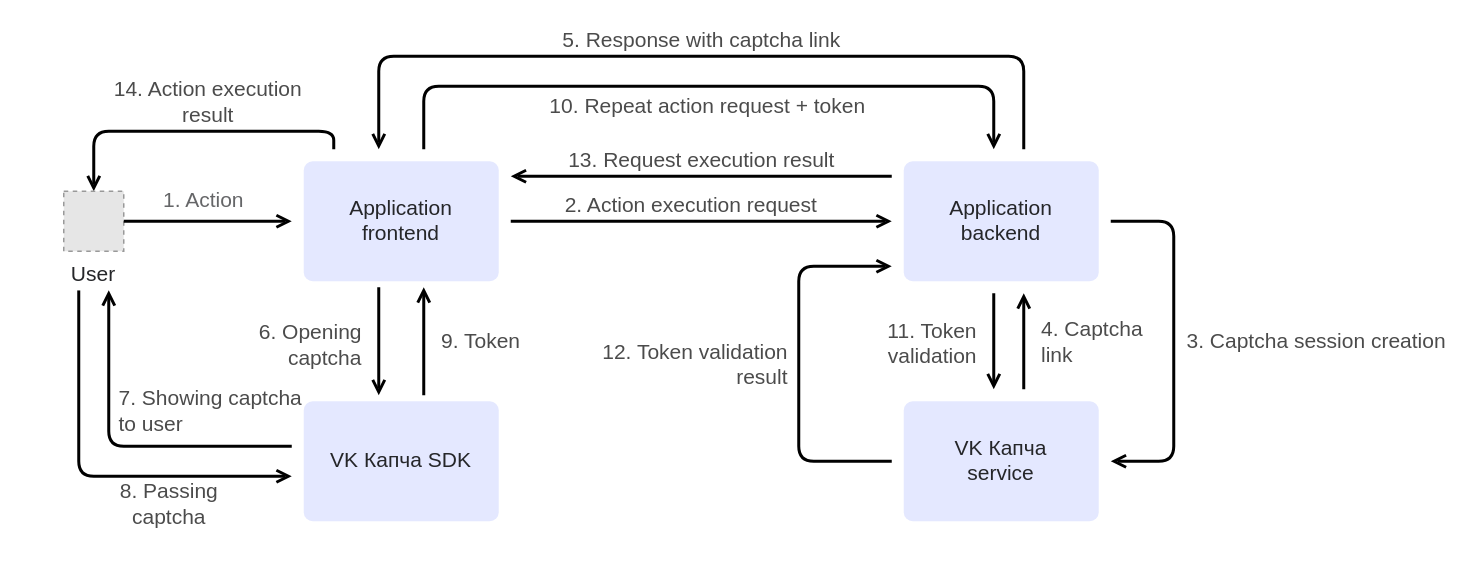
Earlier version of the draw.io diagram docs/en/security/captcha/concepts/about/assets/captcha-about-backend-first.drawio (vk-cs/docs-public). Source tidied: cells renumbered, new cells numbered last; positions are measured from the earlier drawing's top-left corner, leaving out a move shared by most shapes. Both pictures are drawn from the tidied source at 150%, with x=0, y=0 at pixel (63, 56). Pictures stored in the file or linked from it are replaced by grey dashed boxes.
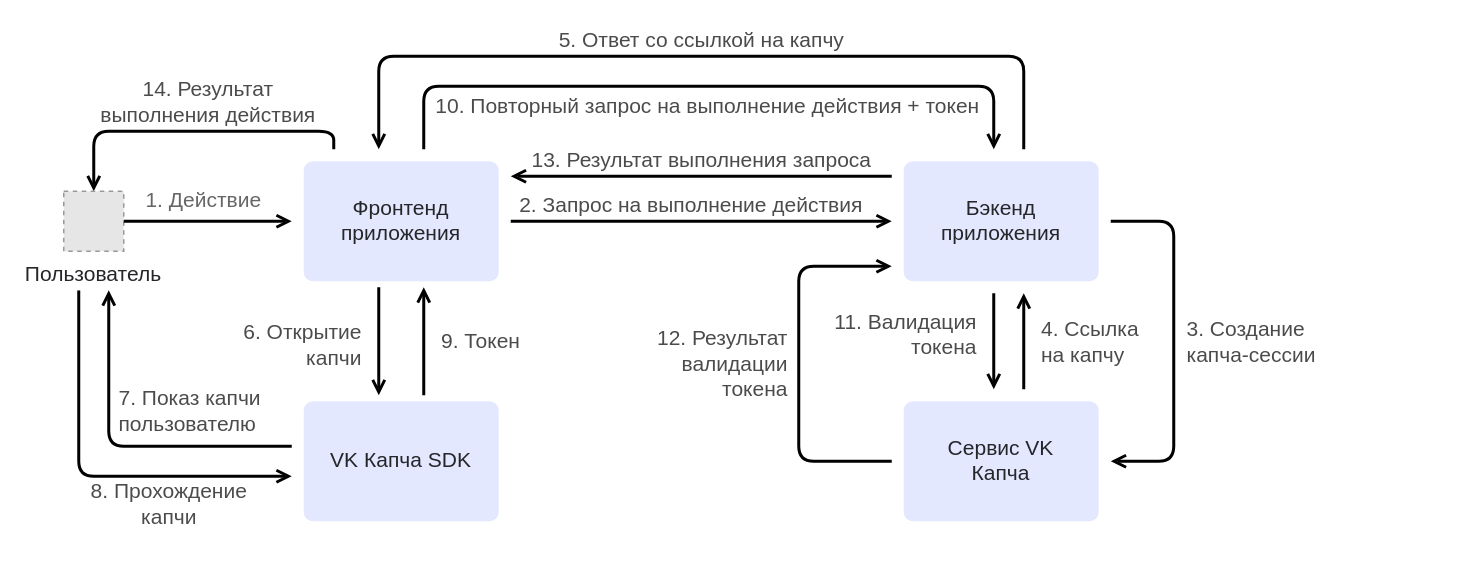
The same diagram, later.

Unchanged cells that the change refers to:
```xml
<mxCell id="9" value="VK Капча SDK" style="rounded=1;whiteSpace=wrap;html=1;fontFamily=VK Sans Display;strokeColor=none;arcsize=12;fillColor=#E4E8FF;spacing=0;spacingTop=10;spacingBottom=12;arcSize=12;absoluteArcSize=1;strokeWidth=2;labelPosition=center;verticalLabelPosition=middle;align=center;verticalAlign=middle;fontSize=14;fontColor=#252629;spacingLeft=12;spacingRight=12;perimeterSpacing=4;" parent="1" vertex="1">
  <mxGeometry x="160" y="230" width="130" height="80" as="geometry" />
</mxCell>
```

Change to the diagram source:
```diff
@@
-    <mxCell id="3" value="&lt;font style=&quot;font-size: 14px;&quot;&gt;2. Action execution request&lt;/font&gt;" style="rounded=1;jettySize=auto;html=1;strokeWidth=2;endArrow=open;endFill=0;labelPosition=center;verticalLabelPosition=top;align=center;verticalAlign=bottom;spacingRight=60;edgeStyle=orthogonalEdgeStyle;fontFamily=VK Sans Display;textOpacity=70;sourcePerimeterSpacing=4;targetPerimeterSpacing=4;spacingLeft=16;" parent="1" edge="1" source="6" target="13">
+    <mxCell id="3" value="&lt;font style=&quot;font-size: 14px;&quot;&gt;2. Запрос на выполнение действия&lt;/font&gt;" style="rounded=1;jettySize=auto;html=1;strokeWidth=2;endArrow=open;endFill=0;labelPosition=center;verticalLabelPosition=top;align=center;verticalAlign=bottom;spacingRight=60;edgeStyle=orthogonalEdgeStyle;fontFamily=VK Sans Display;textOpacity=70;sourcePerimeterSpacing=4;targetPerimeterSpacing=4;spacingLeft=16;" parent="1" edge="1" source="6" target="13">
       <mxGeometry x="0.12" relative="1" as="geometry">
         <Array as="points">
           <mxPoint x="410" y="110" />
           <mxPoint x="410" y="110" />
         </Array>
       </mxGeometry>
     </mxCell>
-    <mxCell id="4" value="6. Opening &lt;br&gt;captcha" style="rounded=0;jettySize=auto;html=1;labelPosition=left;verticalLabelPosition=middle;align=right;verticalAlign=middle;fontFamily=VK Sans Display;fontSize=14;labelBackgroundColor=none;strokeWidth=2;endArrow=open;endFill=0;edgeStyle=orthogonalEdgeStyle;textOpacity=70;spacingTop=0;spacingBottom=16;" parent="1" edge="1" source="6" target="9">
+    <mxCell id="4" value="6. Открытие &lt;br&gt;капчи" style="rounded=0;jettySize=auto;html=1;labelPosition=left;verticalLabelPosition=middle;align=right;verticalAlign=middle;fontFamily=VK Sans Display;fontSize=14;labelBackgroundColor=none;strokeWidth=2;endArrow=open;endFill=0;edgeStyle=orthogonalEdgeStyle;textOpacity=70;spacingTop=0;spacingBottom=16;" parent="1" edge="1" source="6" target="9">
       <mxGeometry x="0.28" y="-10" relative="1" as="geometry">
         <Array as="points">
           <mxPoint x="210" y="220" />
           <mxPoint x="210" y="220" />
         </Array>
       </mxGeometry>
     </mxCell>
-    <mxCell id="5" value="10. Repeat action request + token" style="rounded=1;jettySize=auto;html=1;labelPosition=center;verticalLabelPosition=top;align=center;verticalAlign=top;fontSize=14;fontFamily=VK Sans Display;strokeWidth=2;endArrow=open;endFill=0;spacingLeft=-100;labelBackgroundColor=none;edgeStyle=orthogonalEdgeStyle;textOpacity=70;sourcePerimeterSpacing=4;targetPerimeterSpacing=4;spacingTop=-2;" parent="1" edge="1" source="6" target="13">
+    <mxCell id="5" value="10. Повторный запрос на выполнение действия + токен" style="rounded=1;jettySize=auto;html=1;labelPosition=center;verticalLabelPosition=top;align=center;verticalAlign=top;fontSize=14;fontFamily=VK Sans Display;strokeWidth=2;endArrow=open;endFill=0;spacingLeft=-100;labelBackgroundColor=none;edgeStyle=orthogonalEdgeStyle;textOpacity=70;sourcePerimeterSpacing=4;targetPerimeterSpacing=4;spacingTop=-2;" parent="1" edge="1" source="6" target="13">
       <mxGeometry x="0.21" relative="1" as="geometry">
         <Array as="points">
           <mxPoint x="240" y="20" />
           <mxPoint x="620" y="20" />
         </Array>
       </mxGeometry>
     </mxCell>
-    <mxCell id="6" value="Application frontend" style="rounded=1;whiteSpace=wrap;html=1;fontFamily=VK Sans Display;strokeColor=none;arcsize=12;fillColor=#E4E8FF;spacing=0;spacingTop=10;spacingBottom=12;arcSize=12;absoluteArcSize=1;strokeWidth=2;labelPosition=center;verticalLabelPosition=middle;align=center;verticalAlign=middle;fontSize=14;fontColor=#252629;spacingLeft=12;spacingRight=12;perimeterSpacing=4;" parent="1" vertex="1">
+    <mxCell id="6" value="Фронтенд приложения" style="rounded=1;whiteSpace=wrap;html=1;fontFamily=VK Sans Display;strokeColor=none;arcsize=12;fillColor=#E4E8FF;spacing=0;spacingTop=10;spacingBottom=12;arcSize=12;absoluteArcSize=1;strokeWidth=2;labelPosition=center;verticalLabelPosition=middle;align=center;verticalAlign=middle;fontSize=14;fontColor=#252629;spacingLeft=12;spacingRight=12;perimeterSpacing=4;" parent="1" vertex="1">
       <mxGeometry x="160" y="70" width="130" height="80" as="geometry" />
     </mxCell>
-    <mxCell id="7" value="9. Token&amp;nbsp;" style="rounded=0;jettySize=auto;html=1;endArrow=open;endFill=0;strokeWidth=2;labelPosition=center;verticalLabelPosition=bottom;align=left;verticalAlign=middle;fontSize=14;fontFamily=VK Sans Display;edgeStyle=orthogonalEdgeStyle;textOpacity=70;" parent="1" edge="1" source="9" target="6">
+    <mxCell id="7" value="9. Токен&amp;nbsp;" style="rounded=0;jettySize=auto;html=1;endArrow=open;endFill=0;strokeWidth=2;labelPosition=center;verticalLabelPosition=bottom;align=left;verticalAlign=middle;fontSize=14;fontFamily=VK Sans Display;edgeStyle=orthogonalEdgeStyle;textOpacity=70;" parent="1" edge="1" source="9" target="6">
       <mxGeometry y="-10" relative="1" as="geometry">
         <Array as="points">
           <mxPoint x="240" y="220" />
           <mxPoint x="240" y="220" />
         </Array>
       </mxGeometry>
     </mxCell>
-    <mxCell id="8" value="8. Passing &lt;br&gt;captcha" style="rounded=1;jettySize=auto;html=1;fontFamily=VK Sans Display;labelPosition=right;verticalLabelPosition=bottom;align=center;verticalAlign=middle;fontSize=14;strokeWidth=2;endArrow=none;endFill=0;spacingRight=0;spacingLeft=120;startArrow=open;startFill=0;spacingBottom=3;spacingTop=43;labelBackgroundColor=none;edgeStyle=orthogonalEdgeStyle;textOpacity=70;sourcePerimeterSpacing=4;targetPerimeterSpacing=26;" parent="1" edge="1" source="9" target="18">
+    <mxCell id="8" value="8. Прохождение &lt;br&gt;капчи" style="rounded=1;jettySize=auto;html=1;fontFamily=VK Sans Display;labelPosition=right;verticalLabelPosition=bottom;align=center;verticalAlign=middle;fontSize=14;strokeWidth=2;endArrow=none;endFill=0;spacingRight=0;spacingLeft=120;startArrow=open;startFill=0;spacingBottom=3;spacingTop=43;labelBackgroundColor=none;edgeStyle=orthogonalEdgeStyle;textOpacity=70;sourcePerimeterSpacing=4;targetPerimeterSpacing=26;" parent="1" edge="1" source="9" target="18">
       <mxGeometry x="0.08" relative="1" as="geometry">
         <Array as="points">
           <mxPoint x="10" y="280" />
         </Array>
       </mxGeometry>
     </mxCell>
@@
-    <mxCell id="10" value="&lt;font style=&quot;font-size: 14px;&quot;&gt;3. Captcha session creation&lt;/font&gt;" style="rounded=1;jettySize=auto;html=1;strokeWidth=2;endArrow=open;endFill=0;fontFamily=VK Sans Display;verticalAlign=middle;labelPosition=right;verticalLabelPosition=middle;align=left;spacingLeft=7;labelBackgroundColor=none;edgeStyle=orthogonalEdgeStyle;curved=0;textOpacity=70;targetPerimeterSpacing=4;sourcePerimeterSpacing=4;" parent="1" edge="1" source="13" target="16">
+    <mxCell id="10" value="&lt;font style=&quot;font-size: 14px;&quot;&gt;3. Создание &lt;br&gt;капча-сессии&lt;/font&gt;" style="rounded=1;jettySize=auto;html=1;strokeWidth=2;endArrow=open;endFill=0;fontFamily=VK Sans Display;verticalAlign=middle;labelPosition=right;verticalLabelPosition=middle;align=left;spacingLeft=7;labelBackgroundColor=none;edgeStyle=orthogonalEdgeStyle;curved=0;textOpacity=70;targetPerimeterSpacing=4;sourcePerimeterSpacing=4;" parent="1" edge="1" source="13" target="16">
       <mxGeometry relative="1" as="geometry">
         <Array as="points">
           <mxPoint x="740" y="110" />
           <mxPoint x="740" y="270" />
         </Array>
       </mxGeometry>
     </mxCell>
-    <mxCell id="11" value="&lt;font style=&quot;font-size: 14px;&quot;&gt;5. Response with captcha link&lt;/font&gt;" style="rounded=1;jettySize=auto;html=1;strokeWidth=2;endArrow=open;endFill=0;labelPosition=center;verticalLabelPosition=bottom;align=center;verticalAlign=bottom;edgeStyle=orthogonalEdgeStyle;fontFamily=VK Sans Display;textOpacity=70;sourcePerimeterSpacing=4;targetPerimeterSpacing=4;" parent="1" edge="1" source="13" target="6">
+    <mxCell id="11" value="&lt;font style=&quot;font-size: 14px;&quot;&gt;5. Ответ со ссылкой на капчу&lt;/font&gt;" style="rounded=1;jettySize=auto;html=1;strokeWidth=2;endArrow=open;endFill=0;labelPosition=center;verticalLabelPosition=bottom;align=center;verticalAlign=bottom;edgeStyle=orthogonalEdgeStyle;fontFamily=VK Sans Display;textOpacity=70;sourcePerimeterSpacing=4;targetPerimeterSpacing=4;" parent="1" edge="1" source="13" target="6">
       <mxGeometry relative="1" as="geometry">
         <Array as="points">
           <mxPoint x="640" />
           <mxPoint x="210" />
         </Array>
       </mxGeometry>
     </mxCell>
-    <mxCell id="12" value="11. Token &lt;br&gt;validation" style="rounded=1;jettySize=auto;html=1;strokeWidth=2;endArrow=open;endFill=0;fontFamily=VK Sans Display;fontSize=14;labelPosition=right;verticalLabelPosition=middle;align=right;verticalAlign=middle;spacingLeft=3;labelBackgroundColor=none;edgeStyle=orthogonalEdgeStyle;textOpacity=70;targetPerimeterSpacing=4;sourcePerimeterSpacing=4;spacingTop=11;" parent="1" edge="1" source="13" target="16">
+    <mxCell id="12" value="11. Валидация &lt;br&gt;токена" style="rounded=1;jettySize=auto;html=1;strokeWidth=2;endArrow=open;endFill=0;fontFamily=VK Sans Display;fontSize=14;labelPosition=right;verticalLabelPosition=middle;align=right;verticalAlign=middle;spacingLeft=3;labelBackgroundColor=none;edgeStyle=orthogonalEdgeStyle;textOpacity=70;targetPerimeterSpacing=4;sourcePerimeterSpacing=4;" parent="1" edge="1" source="13" target="16">
       <mxGeometry x="-0.15" y="-10" relative="1" as="geometry">
         <Array as="points">
           <mxPoint x="620" y="220" />
           <mxPoint x="620" y="220" />
         </Array>
       </mxGeometry>
     </mxCell>
-    <mxCell id="13" value="Application backend" style="rounded=1;whiteSpace=wrap;html=1;fontFamily=VK Sans Display;strokeColor=none;arcsize=12;fillColor=#E4E8FF;spacing=0;spacingTop=10;spacingBottom=12;arcSize=12;absoluteArcSize=1;strokeWidth=2;labelPosition=center;verticalLabelPosition=middle;align=center;verticalAlign=middle;fontSize=14;fontColor=#252629;spacingLeft=12;spacingRight=12;perimeterSpacing=4;" parent="1" vertex="1">
+    <mxCell id="13" value="Бэкенд приложения" style="rounded=1;whiteSpace=wrap;html=1;fontFamily=VK Sans Display;strokeColor=none;arcsize=12;fillColor=#E4E8FF;spacing=0;spacingTop=10;spacingBottom=12;arcSize=12;absoluteArcSize=1;strokeWidth=2;labelPosition=center;verticalLabelPosition=middle;align=center;verticalAlign=middle;fontSize=14;fontColor=#252629;spacingLeft=12;spacingRight=12;perimeterSpacing=4;" parent="1" vertex="1">
       <mxGeometry x="560" y="70" width="130" height="80" as="geometry" />
     </mxCell>
-    <mxCell id="14" value="4. Captcha &lt;br&gt;link" style="rounded=1;jettySize=auto;html=1;fontFamily=VK Sans Display;fontSize=14;labelPosition=left;verticalLabelPosition=middle;align=left;verticalAlign=middle;strokeWidth=2;endArrow=open;endFill=0;spacingRight=3;labelBackgroundColor=none;edgeStyle=orthogonalEdgeStyle;textOpacity=70;startSize=6;sourcePerimeterSpacing=4;targetPerimeterSpacing=4;" parent="1" edge="1" source="16" target="13">
+    <mxCell id="14" value="4. Ссылка &lt;br&gt;на капчу" style="rounded=1;jettySize=auto;html=1;fontFamily=VK Sans Display;fontSize=14;labelPosition=left;verticalLabelPosition=middle;align=left;verticalAlign=middle;strokeWidth=2;endArrow=open;endFill=0;spacingRight=3;labelBackgroundColor=none;edgeStyle=orthogonalEdgeStyle;textOpacity=70;startSize=6;sourcePerimeterSpacing=4;targetPerimeterSpacing=4;" parent="1" edge="1" source="16" target="13">
       <mxGeometry y="-10" relative="1" as="geometry">
         <Array as="points">
           <mxPoint x="640" y="220" />
           <mxPoint x="640" y="220" />
         </Array>
       </mxGeometry>
     </mxCell>
-    <mxCell id="15" value="12. Token validation &lt;br&gt;result" style="rounded=1;jettySize=auto;html=1;fontSize=14;labelPosition=right;verticalLabelPosition=middle;align=right;verticalAlign=middle;fontFamily=VK Sans Display;strokeColor=default;strokeWidth=2;endArrow=open;endFill=0;spacingLeft=9;spacingRight=6;labelBackgroundColor=none;edgeStyle=orthogonalEdgeStyle;textOpacity=70;targetPerimeterSpacing=4;sourcePerimeterSpacing=4;" parent="1" edge="1" source="16" target="13">
+    <mxCell id="15" value="12. Результат &lt;br&gt;валидации &lt;br&gt;токена" style="rounded=1;jettySize=auto;html=1;fontSize=14;labelPosition=right;verticalLabelPosition=middle;align=right;verticalAlign=middle;fontFamily=VK Sans Display;strokeColor=default;strokeWidth=2;endArrow=open;endFill=0;spacingLeft=9;spacingRight=6;labelBackgroundColor=none;edgeStyle=orthogonalEdgeStyle;textOpacity=70;targetPerimeterSpacing=4;sourcePerimeterSpacing=4;" parent="1" edge="1" source="16" target="13">
       <mxGeometry relative="1" as="geometry">
         <Array as="points">
           <mxPoint x="490" y="270" />
           <mxPoint x="490" y="140" />
         </Array>
       </mxGeometry>
     </mxCell>
-    <mxCell id="16" value="VK Капча service" style="rounded=1;whiteSpace=wrap;html=1;fontFamily=VK Sans Display;strokeColor=none;arcsize=12;fillColor=#E4E8FF;spacing=0;spacingTop=10;spacingBottom=12;arcSize=12;absoluteArcSize=1;strokeWidth=2;labelPosition=center;verticalLabelPosition=middle;align=center;verticalAlign=middle;fontSize=14;fontColor=#252629;spacingLeft=12;spacingRight=12;perimeterSpacing=4;" parent="1" vertex="1">
+    <mxCell id="16" value="Сервис VK Капча" style="rounded=1;whiteSpace=wrap;html=1;fontFamily=VK Sans Display;strokeColor=none;arcsize=12;fillColor=#E4E8FF;spacing=0;spacingTop=10;spacingBottom=12;arcSize=12;absoluteArcSize=1;strokeWidth=2;labelPosition=center;verticalLabelPosition=middle;align=center;verticalAlign=middle;fontSize=14;fontColor=#252629;spacingLeft=12;spacingRight=12;perimeterSpacing=4;" parent="1" vertex="1">
       <mxGeometry x="560" y="230" width="130" height="80" as="geometry" />
     </mxCell>
-    <mxCell id="17" value="14. Action execution &lt;br&gt;result" style="edgeStyle=orthogonalEdgeStyle;rounded=1;jettySize=auto;html=1;fontSize=14;fontFamily=VK Sans Display;labelPosition=center;verticalLabelPosition=top;align=center;verticalAlign=bottom;curved=0;strokeWidth=2;endArrow=none;endFill=0;startArrow=open;startFill=0;sourcePerimeterSpacing=0;targetPerimeterSpacing=4;labelBackgroundColor=none;textOpacity=70;spacingLeft=19;" parent="1" edge="1" source="18" target="6">
+    <mxCell id="17" value="14. Результат &lt;br&gt;выполнения действия" style="edgeStyle=orthogonalEdgeStyle;rounded=1;jettySize=auto;html=1;fontSize=14;fontFamily=VK Sans Display;labelPosition=center;verticalLabelPosition=top;align=center;verticalAlign=bottom;curved=0;strokeWidth=2;endArrow=none;endFill=0;startArrow=open;startFill=0;sourcePerimeterSpacing=0;targetPerimeterSpacing=4;labelBackgroundColor=none;textOpacity=70;spacingLeft=19;" parent="1" edge="1" source="18" target="6">
       <mxGeometry relative="1" as="geometry">
         <Array as="points">
           <mxPoint x="20" y="50" />
           <mxPoint x="180" y="50" />
         </Array>
       </mxGeometry>
     </mxCell>
-    <mxCell id="18" value="User" style="fillColor=#E6E6E6;strokeColor=#999999;dashed=1;verticalLabelPosition=bottom;labelBackgroundColor=default;verticalAlign=top;fontFamily=VK Sans Display;fontColor=#252629;fontSize=14;" parent="1" vertex="1">
+    <mxCell id="18" value="Пользователь" style="fillColor=#E6E6E6;strokeColor=#999999;dashed=1;verticalLabelPosition=bottom;labelBackgroundColor=default;verticalAlign=top;fontFamily=VK Sans Display;fontColor=#252629;fontSize=14;" parent="1" vertex="1">
       <mxGeometry y="90" width="40" height="40" as="geometry" />
     </mxCell>
-    <mxCell id="19" value="&lt;font style=&quot;font-size: 14px;&quot;&gt;1. Action&lt;/font&gt;" style="rounded=1;jettySize=auto;html=1;endArrow=open;endFill=0;strokeWidth=2;textShadow=0;labelPosition=right;verticalLabelPosition=bottom;align=center;verticalAlign=bottom;labelBackgroundColor=none;fontColor=#252629;spacingBottom=3;spacingTop=36;spacingLeft=-4;edgeStyle=orthogonalEdgeStyle;fontFamily=VK Sans Display;textOpacity=70;sourcePerimeterSpacing=0;targetPerimeterSpacing=4;" parent="1" edge="1" source="18" target="6">
+    <mxCell id="19" value="&lt;font style=&quot;font-size: 14px;&quot;&gt;1. Действие&lt;/font&gt;" style="rounded=1;jettySize=auto;html=1;endArrow=open;endFill=0;strokeWidth=2;textShadow=0;labelPosition=right;verticalLabelPosition=bottom;align=center;verticalAlign=bottom;labelBackgroundColor=none;fontColor=#252629;spacingBottom=3;spacingTop=36;spacingLeft=-4;edgeStyle=orthogonalEdgeStyle;fontFamily=VK Sans Display;textOpacity=70;sourcePerimeterSpacing=0;targetPerimeterSpacing=4;" parent="1" edge="1" source="18" target="6">
       <mxGeometry x="-0.01" relative="1" as="geometry">
         <Array as="points">
           <mxPoint x="130" y="110" />
           <mxPoint x="130" y="110" />
         </Array>
       </mxGeometry>
     </mxCell>
-    <mxCell id="20" value="13. Request execution result" style="rounded=1;jettySize=auto;html=1;labelPosition=center;verticalLabelPosition=bottom;align=center;verticalAlign=bottom;fontSize=14;fontFamily=VK Sans Display;strokeWidth=2;endArrow=none;endFill=0;startArrow=open;startFill=0;edgeStyle=orthogonalEdgeStyle;textOpacity=70;targetPerimeterSpacing=4;sourcePerimeterSpacing=4;" parent="1" edge="1" source="6" target="13">
+    <mxCell id="20" value="13. Результат выполнения запроса" style="rounded=1;jettySize=auto;html=1;labelPosition=center;verticalLabelPosition=bottom;align=center;verticalAlign=bottom;fontSize=14;fontFamily=VK Sans Display;strokeWidth=2;endArrow=none;endFill=0;startArrow=open;startFill=0;edgeStyle=orthogonalEdgeStyle;textOpacity=70;targetPerimeterSpacing=4;sourcePerimeterSpacing=4;" parent="1" edge="1" source="6" target="13">
       <mxGeometry relative="1" as="geometry">
         <Array as="points">
           <mxPoint x="430" y="80" />
           <mxPoint x="430" y="80" />
         </Array>
       </mxGeometry>
     </mxCell>
-    <mxCell id="21" value="7. Showing captcha &lt;br&gt;to user" style="rounded=1;jettySize=auto;html=1;fontFamily=VK Sans Display;labelPosition=right;verticalLabelPosition=top;align=left;verticalAlign=bottom;fontSize=14;strokeWidth=2;endArrow=none;endFill=0;spacingRight=0;spacingLeft=6;startArrow=open;startFill=0;spacingBottom=24;spacingTop=0;labelBackgroundColor=none;edgeStyle=orthogonalEdgeStyle;textOpacity=70;startSize=6;sourcePerimeterSpacing=26;targetPerimeterSpacing=4;" parent="1" edge="1" source="18" target="9">
+    <mxCell id="21" value="7. Показ капчи &lt;br&gt;пользователю" style="rounded=1;jettySize=auto;html=1;fontFamily=VK Sans Display;labelPosition=right;verticalLabelPosition=top;align=left;verticalAlign=bottom;fontSize=14;strokeWidth=2;endArrow=none;endFill=0;spacingRight=0;spacingLeft=6;startArrow=open;startFill=0;spacingBottom=24;spacingTop=0;labelBackgroundColor=none;edgeStyle=orthogonalEdgeStyle;textOpacity=70;startSize=6;sourcePerimeterSpacing=26;targetPerimeterSpacing=4;" parent="1" edge="1" source="18" target="9">
       <mxGeometry y="-10" relative="1" as="geometry">
         <Array as="points">
           <mxPoint x="30" y="260" />
         </Array>
         <mxPoint x="-10" y="10" as="offset" />
       </mxGeometry>
     </mxCell>
```
